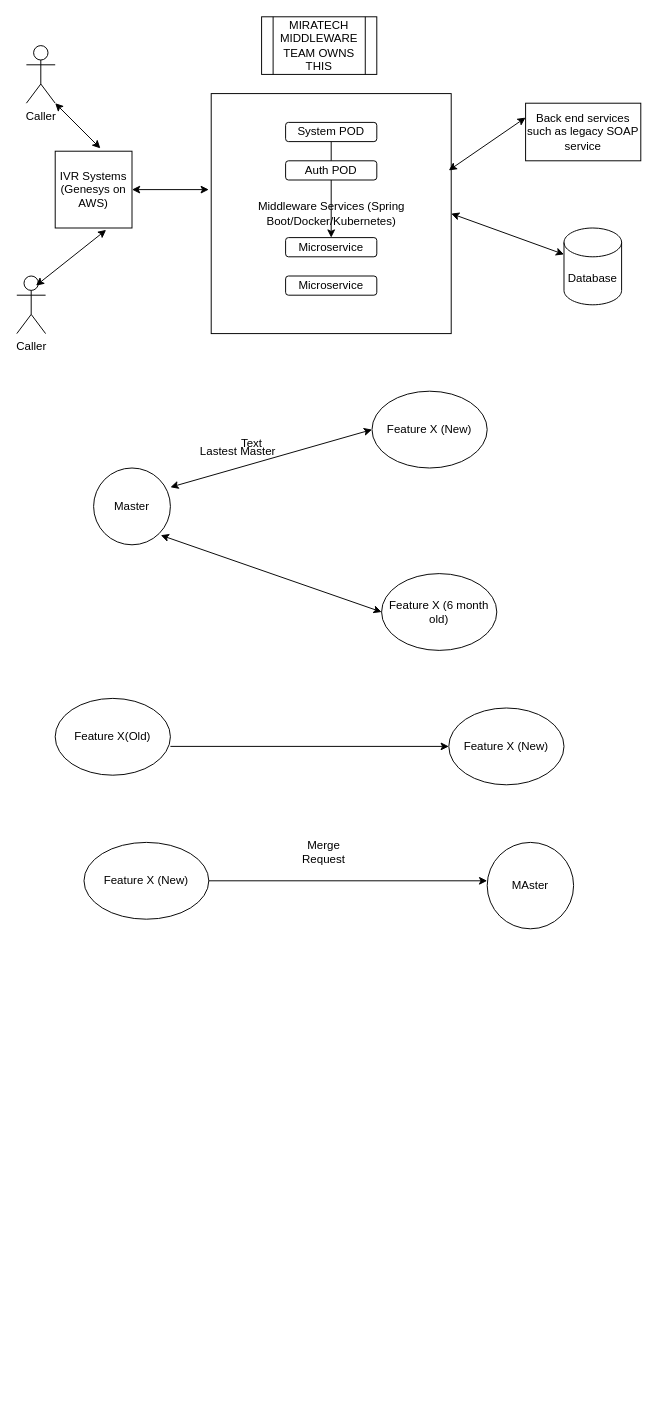
This is IVR MW.drawio from anshuldevmehta/RandomDiagrams, a draw.io file, before an edit. Source tidied: cells renumbered, new cells numbered last; positions are measured from the earlier drawing's top-left corner, leaving out a move shared by most shapes. Both pictures are drawn from the tidied source at 96%, with x=0, y=0 at pixel (16, 16).
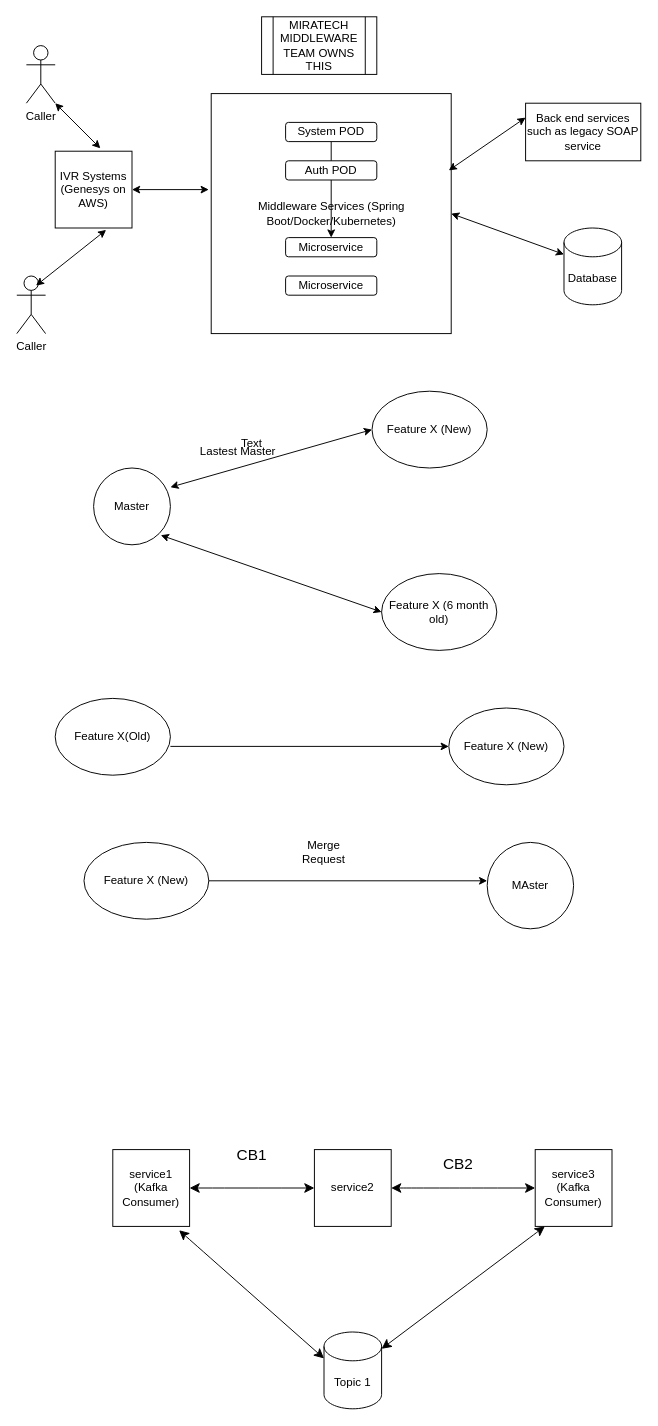
Above is the later version.

The edit, as a diff of the source:
```diff
@@
+    <mxCell id="33" value="service1 (Kafka Consumer)" style="whiteSpace=wrap;html=1;" parent="1" vertex="1">
+      <mxGeometry x="100" y="1180" width="80" height="80" as="geometry" />
+    </mxCell>
+    <mxCell id="34" value="service2" style="whiteSpace=wrap;html=1;" parent="1" vertex="1">
+      <mxGeometry x="310" y="1180" width="80" height="80" as="geometry" />
+    </mxCell>
+    <mxCell id="35" value="service3 (Kafka Consumer)" style="whiteSpace=wrap;html=1;" parent="1" vertex="1">
+      <mxGeometry x="540" y="1180" width="80" height="80" as="geometry" />
+    </mxCell>
+    <mxCell id="36" style="endArrow=classic;startArrow=classic;html=1;rounded=0;fontSize=12;startSize=8;endSize=8;curved=1;" parent="1" edge="1">
+      <mxGeometry relative="1" as="geometry">
+        <mxPoint x="180" y="1220" as="sourcePoint" />
+        <mxPoint x="310" y="1220" as="targetPoint" />
+      </mxGeometry>
+    </mxCell>
+    <mxCell id="37" style="endArrow=classic;startArrow=classic;html=1;rounded=0;fontSize=12;startSize=8;endSize=8;curved=1;exitX=1;exitY=0.5;exitDx=0;exitDy=0;" parent="1" edge="1" source="34">
+      <mxGeometry relative="1" as="geometry">
+        <mxPoint x="540" y="1220" as="targetPoint" />
+      </mxGeometry>
+    </mxCell>
+    <mxCell id="38" value="CB1" style="text;html=1;align=center;verticalAlign=middle;whiteSpace=wrap;rounded=0;fontSize=16;" parent="1" vertex="1">
+      <mxGeometry x="215" y="1170" width="60" height="30" as="geometry" />
+    </mxCell>
+    <mxCell id="39" value="CB2" style="text;html=1;align=center;verticalAlign=middle;whiteSpace=wrap;rounded=0;fontSize=16;" parent="1" vertex="1">
+      <mxGeometry x="430" y="1180" width="60" height="30" as="geometry" />
+    </mxCell>
+    <mxCell id="40" value="Topic 1" style="shape=cylinder3;whiteSpace=wrap;html=1;boundedLbl=1;backgroundOutline=1;size=15;" parent="1" vertex="1">
+      <mxGeometry x="320" y="1370" width="60" height="80" as="geometry" />
+    </mxCell>
+    <mxCell id="41" style="endArrow=classic;startArrow=classic;html=1;rounded=0;fontSize=12;startSize=8;endSize=8;curved=1;entryX=0;entryY=0;entryDx=0;entryDy=27.5;entryPerimeter=0;exitX=0.863;exitY=1.05;exitDx=0;exitDy=0;exitPerimeter=0;" parent="1" edge="1" source="33" target="40">
+      <mxGeometry relative="1" as="geometry" />
+    </mxCell>
+    <mxCell id="42" style="endArrow=classic;startArrow=classic;html=1;rounded=0;fontSize=12;startSize=8;endSize=8;curved=1;" parent="1" edge="1" target="40">
+      <mxGeometry relative="1" as="geometry">
+        <mxPoint x="550" y="1260" as="sourcePoint" />
+      </mxGeometry>
+    </mxCell>
```
